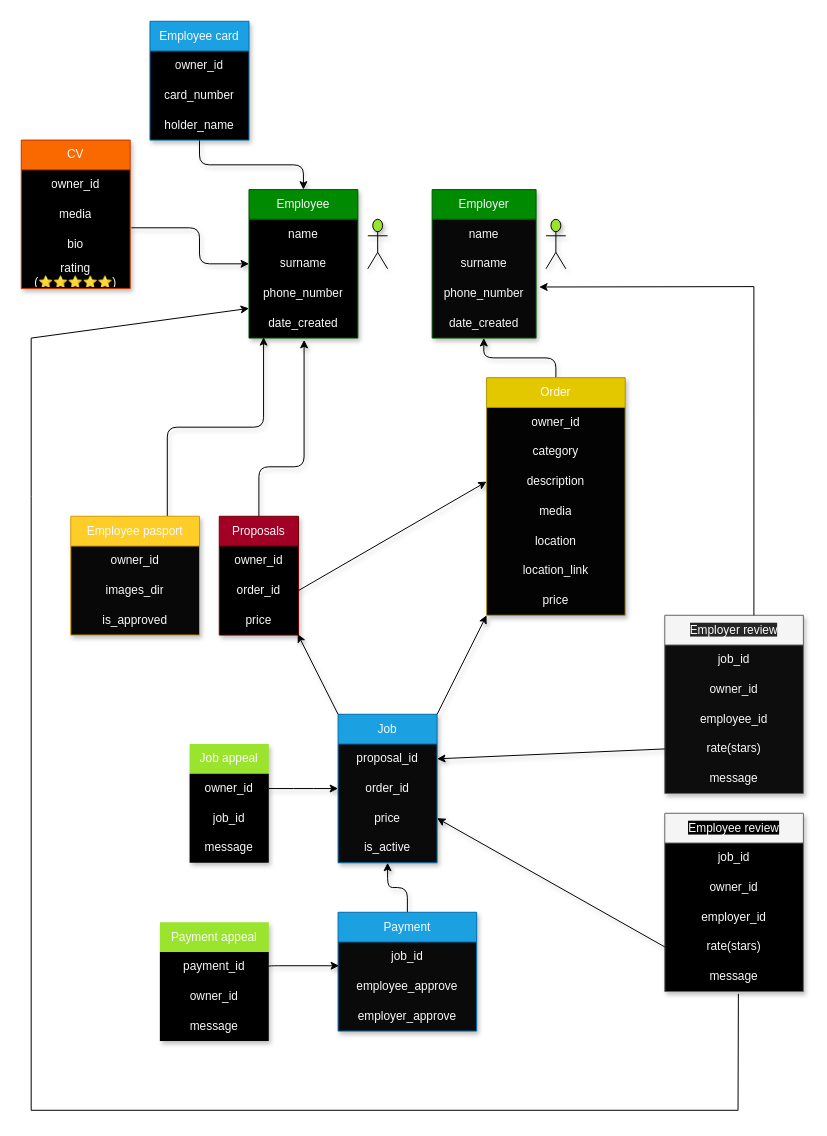
This is drawio/draw.drawio from Labbay-Hizmatizda/main-project, a draw.io file, before an edit. Source tidied: cells renumbered, new cells numbered last; positions are measured from the earlier drawing's top-left corner, leaving out a move shared by most shapes. Both pictures are drawn from the tidied source at 99%, with x=0, y=0 at pixel (21, 21).
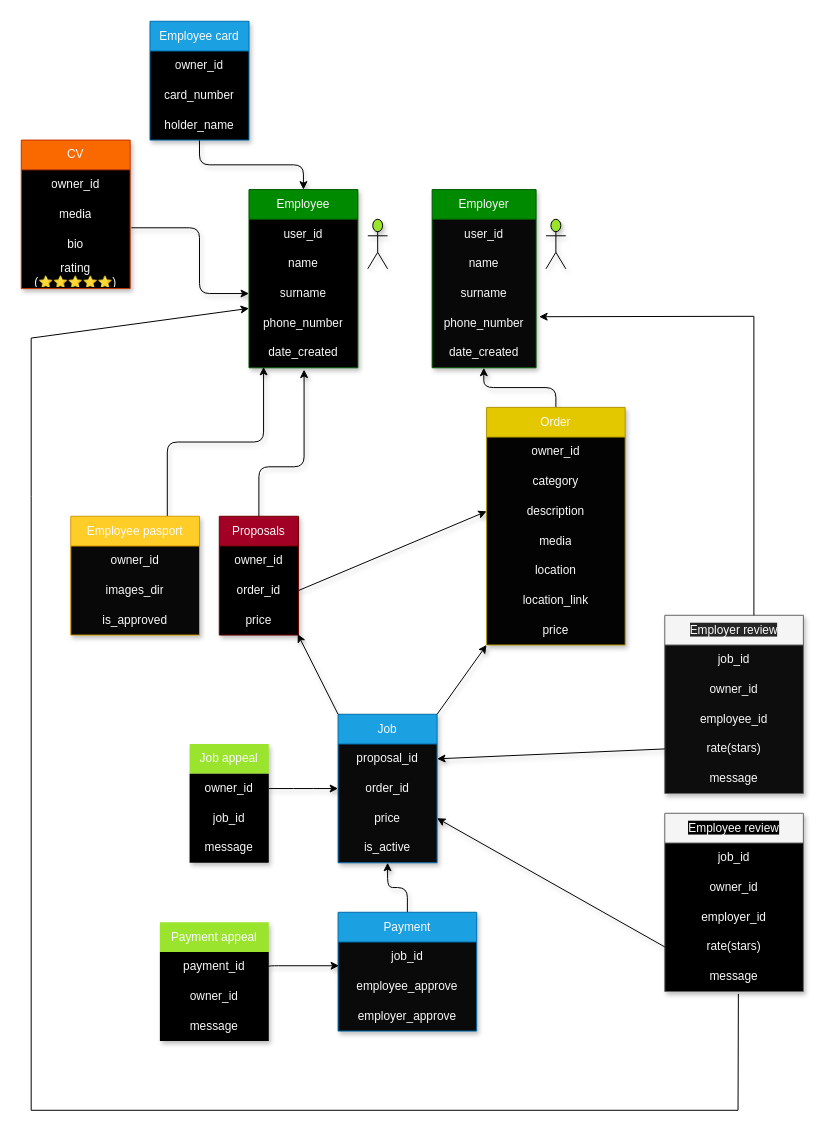
The same page after the edit.

Commit message:
drawio user_id was missed | added

The change refers to these unchanged cells:
```xml
<mxCell id="36" value="&lt;span style=&quot;background-color: rgb(38, 38, 38);&quot;&gt;Employer review&lt;/span&gt;" style="swimlane;fontStyle=0;horizontal=1;startSize=30;whiteSpace=wrap;html=1;fillColor=#f5f5f5;fontColor=#fafafa;strokeColor=#666666;swimlaneFillColor=#0D0D0D;align=center;labelBackgroundColor=none;shadow=1;" parent="1" vertex="1">
  <mxGeometry x="650" y="600" width="140" height="180" as="geometry" />
</mxCell>
```

The edit, as a diff of the source:
```diff
@@
     <mxCell id="7" value="Employee" style="swimlane;fontStyle=0;horizontal=1;startSize=30;whiteSpace=wrap;html=1;fillColor=#008a00;fontColor=#fafafa;strokeColor=#005700;swimlaneFillColor=#000000;align=center;labelBackgroundColor=none;shadow=1;" parent="1" vertex="1">
-      <mxGeometry x="230" y="170" width="110" height="150" as="geometry" />
+      <mxGeometry x="230" y="170" width="110" height="180" as="geometry" />
     </mxCell>
+    <mxCell id="84" value="user_id" style="text;strokeColor=none;fillColor=none;align=center;verticalAlign=middle;spacingLeft=4;spacingRight=4;overflow=hidden;whiteSpace=wrap;html=1;labelBackgroundColor=none;fontColor=#fafafa;shadow=1;" parent="7" vertex="1">
+      <mxGeometry y="30" width="110" height="30" as="geometry" />
+    </mxCell>
     <mxCell id="8" value="name" style="text;strokeColor=none;fillColor=none;align=center;verticalAlign=middle;spacingLeft=4;spacingRight=4;overflow=hidden;whiteSpace=wrap;html=1;labelBackgroundColor=none;fontColor=#fafafa;shadow=1;" parent="7" vertex="1">
-      <mxGeometry y="30" width="110" height="30" as="geometry" />
+      <mxGeometry y="60" width="110" height="30" as="geometry" />
     </mxCell>
     <mxCell id="9" value="surname" style="text;strokeColor=none;fillColor=none;align=center;verticalAlign=middle;spacingLeft=4;spacingRight=4;overflow=hidden;points=[[0,0.5],[1,0.5]];portConstraint=eastwest;whiteSpace=wrap;html=1;labelBackgroundColor=none;fontColor=#fafafa;shadow=1;" parent="7" vertex="1">
-      <mxGeometry y="60" width="110" height="30" as="geometry" />
+      <mxGeometry y="90" width="110" height="30" as="geometry" />
     </mxCell>
     <mxCell id="10" value="phone_number" style="text;strokeColor=none;fillColor=none;align=center;verticalAlign=middle;spacingLeft=4;spacingRight=4;overflow=hidden;whiteSpace=wrap;html=1;labelBackgroundColor=none;fontColor=#fafafa;shadow=1;" parent="7" vertex="1">
-      <mxGeometry y="90" width="110" height="30" as="geometry" />
+      <mxGeometry y="120" width="110" height="30" as="geometry" />
     </mxCell>
     <mxCell id="11" value="date_created" style="text;strokeColor=none;fillColor=none;align=center;verticalAlign=middle;spacingLeft=4;spacingRight=4;overflow=hidden;points=[[0,0.5],[1,0.5]];portConstraint=eastwest;whiteSpace=wrap;html=1;labelBackgroundColor=none;fontColor=#fafafa;shadow=1;" parent="7" vertex="1">
-      <mxGeometry y="120" width="110" height="30" as="geometry" />
+      <mxGeometry y="150" width="110" height="30" as="geometry" />
     </mxCell>
@@
     <mxCell id="23" value="Order" style="swimlane;fontStyle=0;horizontal=1;startSize=30;whiteSpace=wrap;html=1;fillColor=#e3c800;fontColor=#fafafa;strokeColor=#B09500;swimlaneFillColor=#030303;align=center;labelBackgroundColor=none;shadow=1;" parent="1" vertex="1">
-      <mxGeometry x="470" y="360" width="140" height="240" as="geometry" />
+      <mxGeometry x="470" y="390" width="140" height="240" as="geometry" />
     </mxCell>
@@
     <mxCell id="44" value="Employer" style="swimlane;fontStyle=0;horizontal=1;startSize=30;whiteSpace=wrap;html=1;fillColor=#008a00;fontColor=#fafafa;strokeColor=#005700;swimlaneFillColor=#080808;align=center;labelBackgroundColor=none;shadow=1;" parent="1" vertex="1">
-      <mxGeometry x="415" y="170" width="105" height="150" as="geometry" />
+      <mxGeometry x="415" y="170" width="105" height="180" as="geometry" />
     </mxCell>
+    <mxCell id="85" value="user_id" style="text;strokeColor=none;fillColor=none;align=center;verticalAlign=middle;spacingLeft=4;spacingRight=4;overflow=hidden;whiteSpace=wrap;html=1;labelBackgroundColor=none;fontColor=#fafafa;shadow=1;" parent="44" vertex="1">
+      <mxGeometry y="30" width="105" height="30" as="geometry" />
+    </mxCell>
     <mxCell id="45" value="name" style="text;strokeColor=none;fillColor=none;align=center;verticalAlign=middle;spacingLeft=4;spacingRight=4;overflow=hidden;whiteSpace=wrap;html=1;labelBackgroundColor=none;fontColor=#fafafa;shadow=1;" parent="44" vertex="1">
-      <mxGeometry y="30" width="105" height="30" as="geometry" />
+      <mxGeometry y="60" width="105" height="30" as="geometry" />
     </mxCell>
     <mxCell id="46" value="surname" style="text;strokeColor=none;fillColor=none;align=center;verticalAlign=middle;spacingLeft=4;spacingRight=4;overflow=hidden;whiteSpace=wrap;html=1;labelBackgroundColor=none;fontColor=#fafafa;shadow=1;" parent="44" vertex="1">
-      <mxGeometry y="60" width="105" height="30" as="geometry" />
+      <mxGeometry y="90" width="105" height="30" as="geometry" />
     </mxCell>
     <mxCell id="47" value="phone_number" style="text;strokeColor=none;fillColor=none;align=center;verticalAlign=middle;spacingLeft=4;spacingRight=4;overflow=hidden;points=[[0,0.5],[1,0.5]];portConstraint=eastwest;whiteSpace=wrap;html=1;labelBackgroundColor=none;fontColor=#fafafa;shadow=1;" parent="44" vertex="1">
-      <mxGeometry y="90" width="105" height="30" as="geometry" />
+      <mxGeometry y="120" width="105" height="30" as="geometry" />
     </mxCell>
     <mxCell id="48" value="date_created" style="text;strokeColor=none;fillColor=none;align=center;verticalAlign=middle;spacingLeft=4;spacingRight=4;overflow=hidden;points=[[0,0.5],[1,0.5]];portConstraint=eastwest;whiteSpace=wrap;html=1;labelBackgroundColor=none;fontColor=#fafafa;shadow=1;" parent="44" vertex="1">
-      <mxGeometry y="120" width="105" height="30" as="geometry" />
+      <mxGeometry y="150" width="105" height="30" as="geometry" />
     </mxCell>
@@
     <mxCell id="83" style="endArrow=classic;html=1;rounded=0;exitX=0.643;exitY=0;exitDx=0;exitDy=0;exitPerimeter=0;entryX=1.03;entryY=0.28;entryDx=0;entryDy=0;entryPerimeter=0;" parent="1" edge="1" source="36" target="47">
       <mxGeometry relative="1" as="geometry">
         <Array as="points">
-          <mxPoint x="740" y="268" />
+          <mxPoint x="740" y="298" />
         </Array>
       </mxGeometry>
     </mxCell>
```
